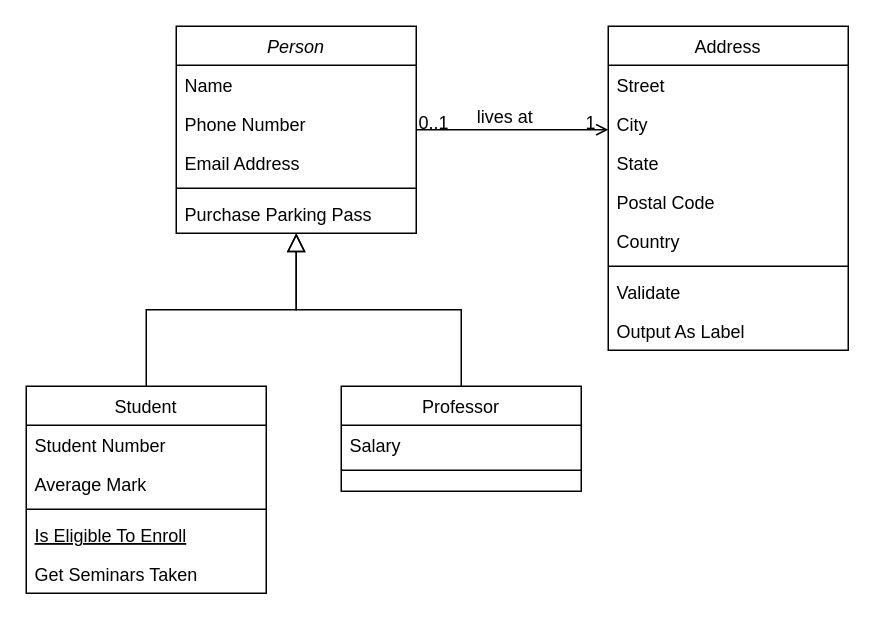
This is Untitled Diagram.drawio from 8981/ToDoListAsp.Net, a draw.io file, before an edit. Source tidied: cells renumbered, new cells numbered last; positions are measured from the earlier drawing's top-left corner, leaving out a move shared by most shapes. Both pictures are drawn from the tidied source at 150%, with x=0, y=0 at pixel (26, 26).
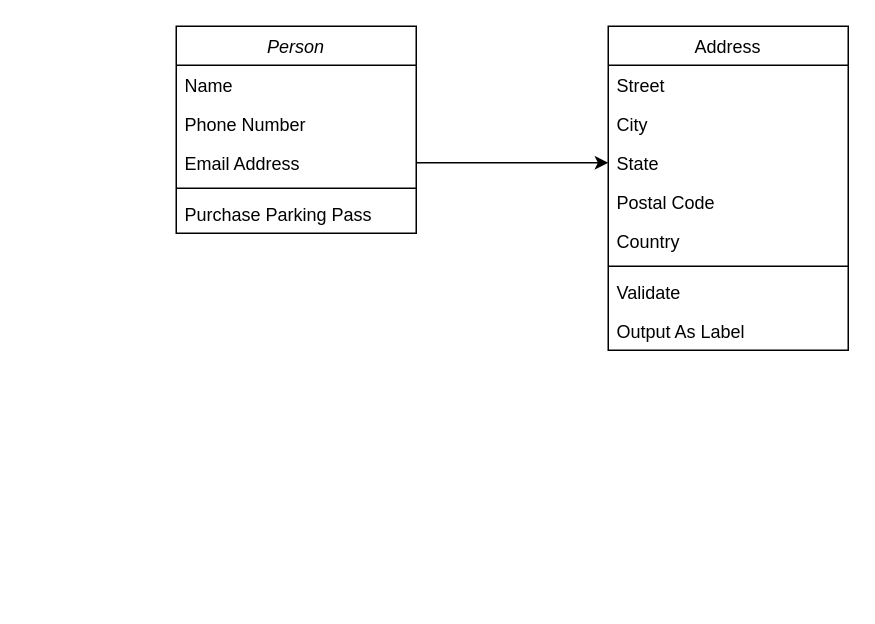
After the change.

The change refers to these unchanged cells:
```xml
<mxCell id="2" value="Person" style="swimlane;fontStyle=2;align=center;verticalAlign=top;horizontal=1;startSize=26;rounded=0;shadow=0;strokeWidth=1;" parent="1" vertex="1">
  <mxGeometry x="100" width="160" height="138" as="geometry" />
</mxCell>
<mxCell id="5" value="Email Address" style="text;align=left;verticalAlign=top;spacingLeft=4;spacingRight=4;overflow=hidden;points=[[0,0.5],[1,0.5]];portConstraint=eastwest;rounded=0;shadow=0;html=0;" parent="2" vertex="1">
  <mxGeometry y="78" width="160" height="26" as="geometry" />
</mxCell>
<mxCell id="19" value="Address" style="swimlane;fontStyle=0;align=center;verticalAlign=top;horizontal=1;startSize=26;rounded=0;shadow=0;strokeWidth=1;" parent="1" vertex="1">
  <mxGeometry x="388" width="160" height="216" as="geometry" />
</mxCell>
<mxCell id="22" value="State" style="text;align=left;verticalAlign=top;spacingLeft=4;spacingRight=4;overflow=hidden;points=[[0,0.5],[1,0.5]];portConstraint=eastwest;rounded=0;shadow=0;html=0;" parent="19" vertex="1">
  <mxGeometry y="78" width="160" height="26" as="geometry" />
</mxCell>
```

Change to the diagram source:
```diff
@@
-    <mxCell id="8" value="Student" style="swimlane;fontStyle=0;align=center;verticalAlign=top;horizontal=1;startSize=26;rounded=0;shadow=0;strokeWidth=1;" parent="1" vertex="1">
-      <mxGeometry y="240" width="160" height="138" as="geometry" />
-    </mxCell>
-    <mxCell id="9" value="Student Number" style="text;align=left;verticalAlign=top;spacingLeft=4;spacingRight=4;overflow=hidden;" parent="8" vertex="1">
-      <mxGeometry y="26" width="160" height="26" as="geometry" />
-    </mxCell>
-    <mxCell id="10" value="Average Mark" style="text;align=left;verticalAlign=top;spacingLeft=4;spacingRight=4;overflow=hidden;rounded=0;shadow=0;html=0;" parent="8" vertex="1">
-      <mxGeometry y="52" width="160" height="26" as="geometry" />
-    </mxCell>
-    <mxCell id="11" style="line;html=1;strokeWidth=1;align=left;verticalAlign=middle;spacingTop=-1;spacingLeft=3;spacingRight=3;labelPosition=right;" parent="8" vertex="1">
-      <mxGeometry y="78" width="160" height="8" as="geometry" />
-    </mxCell>
-    <mxCell id="12" value="Is Eligible To Enroll" style="text;align=left;verticalAlign=top;spacingLeft=4;spacingRight=4;overflow=hidden;fontStyle=4;" parent="8" vertex="1">
-      <mxGeometry y="86" width="160" height="26" as="geometry" />
-    </mxCell>
-    <mxCell id="13" value="Get Seminars Taken" style="text;align=left;verticalAlign=top;spacingLeft=4;spacingRight=4;overflow=hidden;" parent="8" vertex="1">
-      <mxGeometry y="112" width="160" height="26" as="geometry" />
-    </mxCell>
-    <mxCell id="14" style="endArrow=block;endSize=10;endFill=0;shadow=0;strokeWidth=1;rounded=0;edgeStyle=elbowEdgeStyle;elbow=vertical;" parent="1" edge="1" source="8" target="2">
-      <mxGeometry relative="1" as="geometry" />
-    </mxCell>
-    <mxCell id="15" value="Professor" style="swimlane;fontStyle=0;align=center;verticalAlign=top;horizontal=1;startSize=26;rounded=0;shadow=0;strokeWidth=1;" parent="1" vertex="1">
-      <mxGeometry x="210" y="240" width="160" height="70" as="geometry" />
-    </mxCell>
-    <mxCell id="16" value="Salary" style="text;align=left;verticalAlign=top;spacingLeft=4;spacingRight=4;overflow=hidden;" parent="15" vertex="1">
-      <mxGeometry y="26" width="160" height="26" as="geometry" />
-    </mxCell>
-    <mxCell id="17" style="line;html=1;strokeWidth=1;align=left;verticalAlign=middle;spacingTop=-1;spacingLeft=3;spacingRight=3;labelPosition=right;" parent="15" vertex="1">
-      <mxGeometry y="52" width="160" height="8" as="geometry" />
-    </mxCell>
-    <mxCell id="18" style="endArrow=block;endSize=10;endFill=0;shadow=0;strokeWidth=1;rounded=0;edgeStyle=elbowEdgeStyle;elbow=vertical;" parent="1" edge="1" source="15" target="2">
-      <mxGeometry relative="1" as="geometry" />
-    </mxCell>
@@
-    <mxCell id="28" style="endArrow=open;shadow=0;strokeWidth=1;rounded=0;endFill=1;edgeStyle=elbowEdgeStyle;elbow=vertical;" parent="1" edge="1" source="2" target="19">
-      <mxGeometry x="0.5" y="41" relative="1" as="geometry">
-        <mxPoint x="-40" y="32" as="offset" />
-      </mxGeometry>
-    </mxCell>
-    <mxCell id="29" value="0..1" style="align=left;verticalAlign=bottom;labelBackgroundColor=none;fontSize=12;" parent="28" vertex="1">
-      <mxGeometry x="-1" relative="1" as="geometry">
-        <mxPoint y="4" as="offset" />
-      </mxGeometry>
-    </mxCell>
-    <mxCell id="30" value="1" style="align=right;verticalAlign=bottom;labelBackgroundColor=none;fontSize=12;" parent="28" vertex="1">
-      <mxGeometry x="1" relative="1" as="geometry">
-        <mxPoint x="-7" y="4" as="offset" />
-      </mxGeometry>
-    </mxCell>
-    <mxCell id="31" value="lives at" style="text;html=1;align=center;verticalAlign=middle;labelBackgroundColor=none;rounded=0;shadow=0;strokeWidth=1;fontSize=12;" parent="28" vertex="1">
-      <mxGeometry x="0.5" y="49" relative="1" as="geometry">
-        <mxPoint x="-38" y="40" as="offset" />
-      </mxGeometry>
-    </mxCell>
+    <mxCell id="32" style="edgeStyle=orthogonalEdgeStyle;rounded=0;jettySize=auto;html=1;entryX=0;entryY=0.5;entryDx=0;entryDy=0;" parent="1" edge="1" source="5" target="22">
+      <mxGeometry relative="1" as="geometry" />
+    </mxCell>
```
